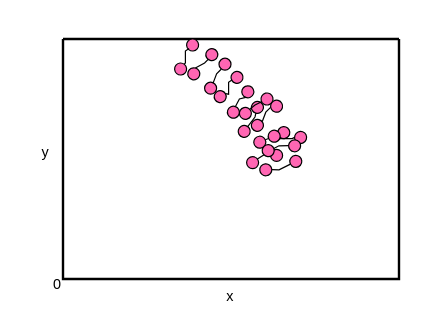
This is 哑铃分布t=0.3.drawio from mauhin/auto, a draw.io file, before an edit. Source tidied: cells renumbered, new cells numbered last; positions are measured from the earlier drawing's top-left corner, leaving out a move shared by most shapes. Both pictures are drawn from the tidied source at 120%, with x=0, y=0 at pixel (26, 28).
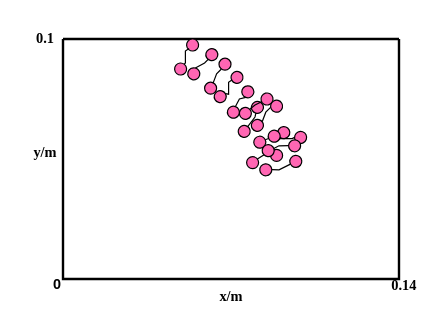
After the change.

Commit message:
更新哑铃分布t=0.3.drawio

Diff of the diagram source:
```diff
@@
-    <mxCell id="49" value="y" style="text;html=1;align=center;verticalAlign=middle;strokeColor=none;fillColor=none;" parent="1" vertex="1">
-      <mxGeometry y="89" width="30" height="30" as="geometry" />
+    <mxCell id="49" value="&lt;font face=&quot;Times New Roman&quot;&gt;&lt;b&gt;y/m&lt;/b&gt;&lt;/font&gt;" style="text;html=1;align=center;verticalAlign=middle;strokeColor=none;fillColor=none;" parent="1" vertex="1">
+      <mxGeometry x="-5" y="89" width="40" height="30" as="geometry" />
     </mxCell>
-    <mxCell id="50" value="x" style="text;html=1;align=center;verticalAlign=middle;strokeColor=none;fillColor=none;" parent="1" vertex="1">
-      <mxGeometry x="154" y="209" width="30" height="30" as="geometry" />
+    <mxCell id="50" value="&lt;font face=&quot;Times New Roman&quot;&gt;&lt;b&gt;x/m&lt;/b&gt;&lt;/font&gt;" style="text;html=1;align=center;verticalAlign=middle;strokeColor=none;fillColor=none;" parent="1" vertex="1">
+      <mxGeometry x="150" y="209" width="40" height="30" as="geometry" />
     </mxCell>
-    <mxCell id="51" value="0" style="text;html=1;align=center;verticalAlign=middle;strokeColor=none;fillColor=none;" parent="1" vertex="1">
+    <mxCell id="51" value="&lt;b&gt;0&lt;/b&gt;" style="text;html=1;align=center;verticalAlign=middle;strokeColor=none;fillColor=none;" parent="1" vertex="1">
       <mxGeometry x="10" y="199" width="30" height="30" as="geometry" />
     </mxCell>
@@
+    <mxCell id="58" value="&lt;font face=&quot;Times New Roman&quot;&gt;&lt;b&gt;0.1&lt;/b&gt;&lt;/font&gt;" style="text;html=1;align=center;verticalAlign=middle;strokeColor=none;fillColor=none;" parent="1" vertex="1">
+      <mxGeometry x="-5" y="-6" width="40" height="30" as="geometry" />
+    </mxCell>
+    <mxCell id="59" value="&lt;font face=&quot;Times New Roman&quot;&gt;&lt;b&gt;0.14&lt;/b&gt;&lt;/font&gt;" style="text;html=1;align=center;verticalAlign=middle;strokeColor=none;fillColor=none;" parent="1" vertex="1">
+      <mxGeometry x="294" y="200" width="40" height="30" as="geometry" />
+    </mxCell>
```
